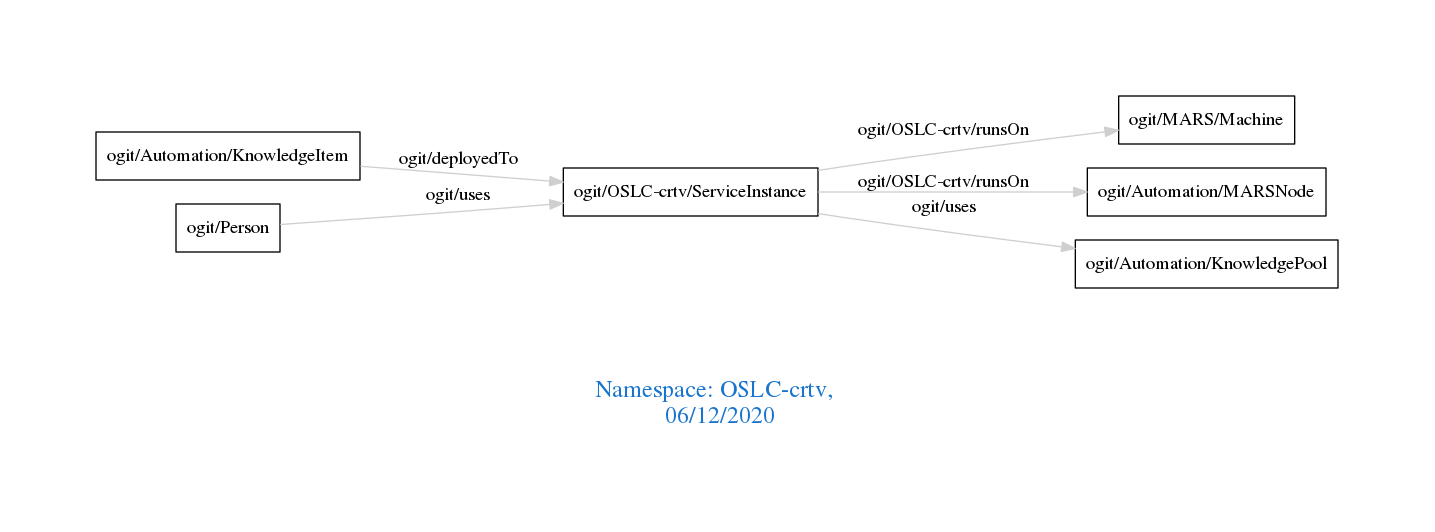
Earlier version of the Graphviz export downloads/OSLC-crtv.png (arago/OGIT). Its source is kept beside it as downloads/OSLC-crtv.dot. Its diagram source:
```dot
digraph OGIT_ontology {
 graph [ rankdir= LR,pad=1
fontsize = 18,
fontcolor= dodgerblue3,label = "\n\n\nNamespace: OSLC-crtv, \n 06/12/2020"];
node[shape=polygon];
edge [  color="gray81"];

   "ogit/Automation/KnowledgeItem" -> "ogit/OSLC-crtv/ServiceInstance" [label="   ogit/deployedTo    "];
   "ogit/OSLC-crtv/ServiceInstance" -> "ogit/MARS/Machine" [label="   ogit/OSLC-crtv/runsOn    "];
   "ogit/OSLC-crtv/ServiceInstance" -> "ogit/Automation/MARSNode" [label="   ogit/OSLC-crtv/runsOn    "];
   "ogit/OSLC-crtv/ServiceInstance" -> "ogit/Automation/KnowledgePool" [label="   ogit/uses    "];
   "ogit/Person" -> "ogit/OSLC-crtv/ServiceInstance" [label="   ogit/uses    "];
}
```
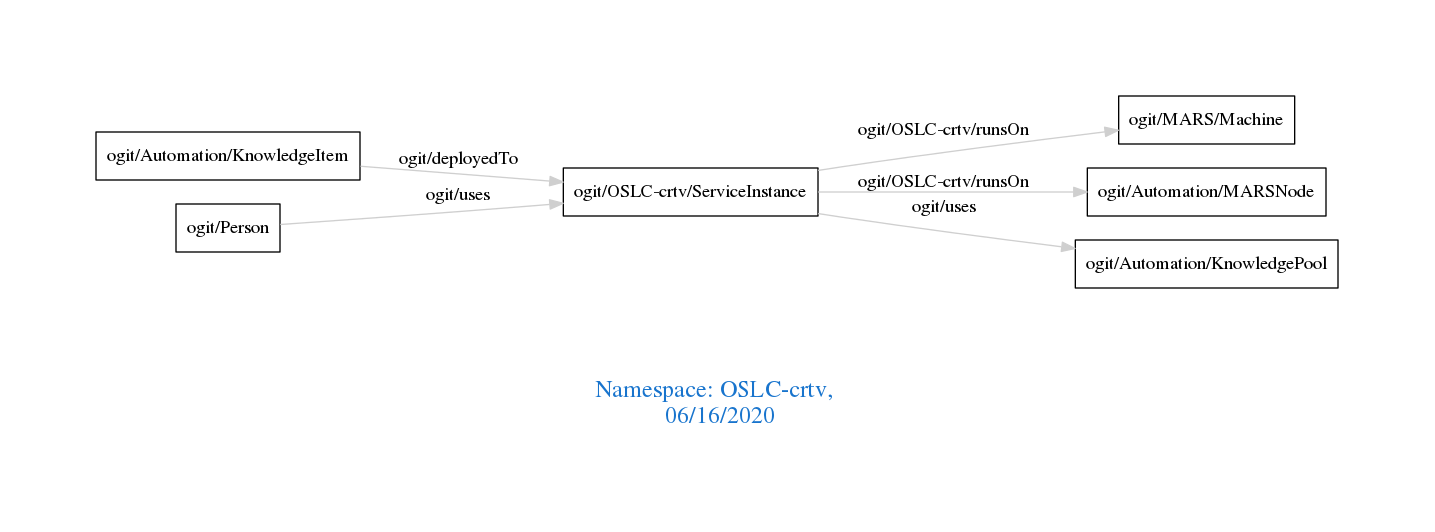
After the change.

What changed in the source:
```diff
@@ -1,7 +1,7 @@
 digraph OGIT_ontology {
  graph [ rankdir= LR,pad=1
 fontsize = 18,
-fontcolor= dodgerblue3,label = "\n\n\nNamespace: OSLC-crtv, \n 06/12/2020"];
+fontcolor= dodgerblue3,label = "\n\n\nNamespace: OSLC-crtv, \n 06/16/2020"];
 node[shape=polygon];
 edge [  color="gray81"];
 
```
